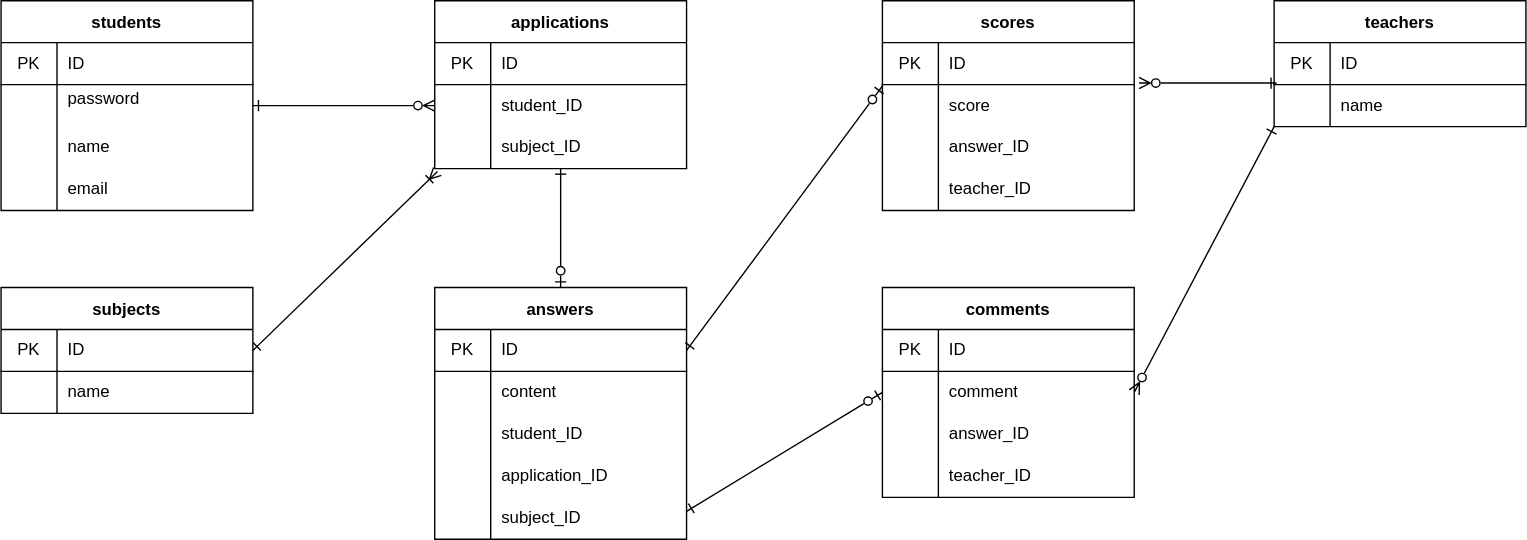
TM-MZ/er-practice keeps this draw.io diagram as 20221016mizutani/er-practice.drawio.svg. Above is the earlier version. Source tidied: cells renumbered, new cells last; positions are measured from the earlier drawing's top-left corner, leaving out a move shared by most shapes.
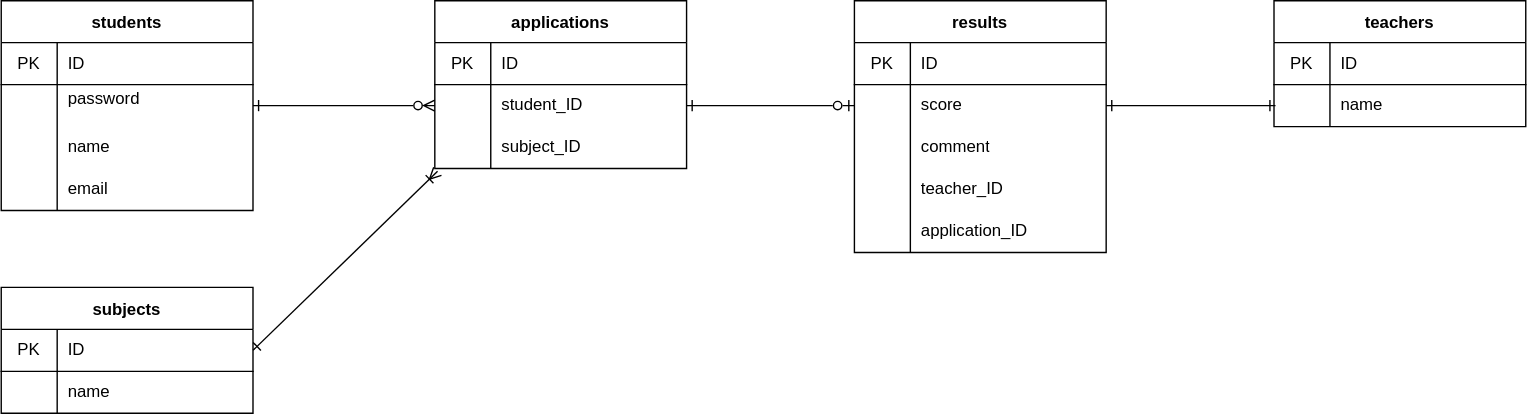
The same diagram one commit later.

Commit message:
answer table fixed

The edit, as a diff of the source:
```diff
@@ -74,14 +74,11 @@
     <mxCell id="25" value="subject_ID" style="shape=partialRectangle;html=1;whiteSpace=wrap;fillColor=none;top=0;left=0;bottom=0;right=0;align=left;spacingLeft=6;overflow=hidden;" parent="23" vertex="1">
       <mxGeometry x="40" width="140" height="30" as="geometry" />
     </mxCell>
-    <mxCell id="26" style="edgeStyle=none;html=1;exitX=1;exitY=0.5;exitDx=0;exitDy=0;entryX=0;entryY=0.033;entryDx=0;entryDy=0;entryPerimeter=0;endArrow=ERzeroToOne;endFill=0;startArrow=ERone;startFill=0;" parent="1" edge="1" source="29" target="48">
-      <mxGeometry relative="1" as="geometry" />
-    </mxCell>
-    <mxCell id="27" style="edgeStyle=none;html=1;endArrow=ERone;endFill=0;startArrow=ERzeroToOne;startFill=0;" parent="1" edge="1" source="28" target="23">
+    <mxCell id="27" style="edgeStyle=none;html=1;endArrow=ERone;endFill=0;startArrow=ERzeroToOne;startFill=0;entryX=1;entryY=0.5;entryDx=0;entryDy=0;exitX=0;exitY=0.5;exitDx=0;exitDy=0;" parent="1" edge="1" source="32" target="20">
       <mxGeometry relative="1" as="geometry" />
     </mxCell>
-    <mxCell id="28" value="answers" style="shape=table;startSize=30;rowLines=0;fontStyle=1;align=center;" parent="1" vertex="1">
-      <mxGeometry x="310" y="205" width="180" height="180" as="geometry" />
+    <mxCell id="28" value="results" style="shape=table;startSize=30;rowLines=0;fontStyle=1;align=center;" parent="1" vertex="1">
+      <mxGeometry x="610" width="180" height="180" as="geometry" />
     </mxCell>
     <mxCell id="29" style="shape=partialRectangle;html=1;whiteSpace=wrap;fillColor=none;top=0;left=0;bottom=1;right=0;points=[[0,0.5],[1,0.5]];portConstraint=eastwest;" parent="28" vertex="1">
       <mxGeometry y="30" width="180" height="30" as="geometry" />
@@ -98,20 +95,29 @@
     <mxCell id="33" style="shape=partialRectangle;html=1;whiteSpace=wrap;fillColor=none;top=0;left=0;bottom=0;right=0;overflow=hidden;" parent="32" vertex="1">
       <mxGeometry width="40" height="30" as="geometry" />
     </mxCell>
-    <mxCell id="34" value="content" style="shape=partialRectangle;html=1;whiteSpace=wrap;fillColor=none;top=0;left=0;bottom=0;right=0;align=left;spacingLeft=6;overflow=hidden;" parent="32" vertex="1">
+    <mxCell id="34" value="score" style="shape=partialRectangle;html=1;whiteSpace=wrap;fillColor=none;top=0;left=0;bottom=0;right=0;align=left;spacingLeft=6;overflow=hidden;" parent="32" vertex="1">
       <mxGeometry x="40" width="140" height="30" as="geometry" />
     </mxCell>
-    <mxCell id="35" style="shape=partialRectangle;html=1;whiteSpace=wrap;fillColor=none;top=0;left=0;bottom=0;right=0;" parent="28" vertex="1">
-      <mxGeometry y="90" width="180" height="30" as="geometry" />
-    </mxCell>
-    <mxCell id="36" style="shape=partialRectangle;html=1;whiteSpace=wrap;fillColor=none;top=0;left=0;bottom=0;right=0;overflow=hidden;" parent="35" vertex="1">
-      <mxGeometry width="40" height="30" as="geometry" />
-    </mxCell>
-    <mxCell id="37" value="student_ID" style="shape=partialRectangle;html=1;whiteSpace=wrap;fillColor=none;top=0;left=0;bottom=0;right=0;align=left;spacingLeft=6;overflow=hidden;" parent="35" vertex="1">
-      <mxGeometry x="40" width="140" height="30" as="geometry" />
-    </mxCell>
+    <mxCell id="41" style="shape=partialRectangle;html=1;whiteSpace=wrap;fillColor=none;top=0;left=0;bottom=0;right=0;" parent="28" vertex="1">
+      <mxGeometry y="90" width="180" height="30" as="geometry" />
+    </mxCell>
+    <mxCell id="42" style="shape=partialRectangle;html=1;whiteSpace=wrap;fillColor=none;top=0;left=0;bottom=0;right=0;overflow=hidden;" parent="41" vertex="1">
+      <mxGeometry width="40" height="30" as="geometry" />
+    </mxCell>
+    <mxCell id="43" value="comment" style="shape=partialRectangle;html=1;whiteSpace=wrap;fillColor=none;top=0;left=0;bottom=0;right=0;align=left;spacingLeft=6;overflow=hidden;" parent="41" vertex="1">
+      <mxGeometry x="40" width="140" height="30" as="geometry" />
+    </mxCell>
+    <mxCell id="88" style="shape=partialRectangle;html=1;whiteSpace=wrap;fillColor=none;top=0;left=0;bottom=0;right=0;" parent="28" vertex="1">
+      <mxGeometry y="120" width="180" height="30" as="geometry" />
+    </mxCell>
+    <mxCell id="89" style="shape=partialRectangle;html=1;whiteSpace=wrap;fillColor=none;top=0;left=0;bottom=0;right=0;overflow=hidden;" parent="88" vertex="1">
+      <mxGeometry width="40" height="30" as="geometry" />
+    </mxCell>
+    <mxCell id="90" value="teacher_ID" style="shape=partialRectangle;html=1;whiteSpace=wrap;fillColor=none;top=0;left=0;bottom=0;right=0;align=left;spacingLeft=6;overflow=hidden;" parent="88" vertex="1">
+      <mxGeometry x="40" width="140" height="30" as="geometry" />
+    </mxCell>
     <mxCell id="38" style="shape=partialRectangle;html=1;whiteSpace=wrap;fillColor=none;top=0;left=0;bottom=0;right=0;" parent="28" vertex="1">
-      <mxGeometry y="120" width="180" height="30" as="geometry" />
+      <mxGeometry y="150" width="180" height="30" as="geometry" />
     </mxCell>
     <mxCell id="39" style="shape=partialRectangle;html=1;whiteSpace=wrap;fillColor=none;top=0;left=0;bottom=0;right=0;overflow=hidden;" parent="38" vertex="1">
       <mxGeometry width="40" height="30" as="geometry" />
@@ -119,98 +125,6 @@
     <mxCell id="40" value="application_ID" style="shape=partialRectangle;html=1;whiteSpace=wrap;fillColor=none;top=0;left=0;bottom=0;right=0;align=left;spacingLeft=6;overflow=hidden;" parent="38" vertex="1">
       <mxGeometry x="40" width="140" height="30" as="geometry" />
     </mxCell>
-    <mxCell id="41" style="shape=partialRectangle;html=1;whiteSpace=wrap;fillColor=none;top=0;left=0;bottom=0;right=0;" parent="28" vertex="1">
-      <mxGeometry y="150" width="180" height="30" as="geometry" />
-    </mxCell>
-    <mxCell id="42" style="shape=partialRectangle;html=1;whiteSpace=wrap;fillColor=none;top=0;left=0;bottom=0;right=0;overflow=hidden;" parent="41" vertex="1">
-      <mxGeometry width="40" height="30" as="geometry" />
-    </mxCell>
-    <mxCell id="43" value="subject_ID" style="shape=partialRectangle;html=1;whiteSpace=wrap;fillColor=none;top=0;left=0;bottom=0;right=0;align=left;spacingLeft=6;overflow=hidden;" parent="41" vertex="1">
-      <mxGeometry x="40" width="140" height="30" as="geometry" />
-    </mxCell>
-    <mxCell id="44" value="scores" style="shape=table;startSize=30;rowLines=0;fontStyle=1;align=center;" parent="1" vertex="1">
-      <mxGeometry x="630" width="180" height="150" as="geometry" />
-    </mxCell>
-    <mxCell id="45" style="shape=partialRectangle;html=1;whiteSpace=wrap;fillColor=none;top=0;left=0;bottom=1;right=0;" parent="44" vertex="1">
-      <mxGeometry y="30" width="180" height="30" as="geometry" />
-    </mxCell>
-    <mxCell id="46" value="PK" style="shape=partialRectangle;html=1;whiteSpace=wrap;fillColor=none;top=0;left=0;bottom=0;right=0;overflow=hidden;" parent="45" vertex="1">
-      <mxGeometry width="40" height="30" as="geometry" />
-    </mxCell>
-    <mxCell id="47" value="ID" style="shape=partialRectangle;html=1;whiteSpace=wrap;fillColor=none;top=0;left=0;bottom=0;right=0;align=left;spacingLeft=6;overflow=hidden;" parent="45" vertex="1">
-      <mxGeometry x="40" width="140" height="30" as="geometry" />
-    </mxCell>
-    <mxCell id="48" style="shape=partialRectangle;html=1;whiteSpace=wrap;fillColor=none;top=0;left=0;bottom=0;right=0;points=[[0,0.5],[1,0.5]];portConstraint=eastwest;" parent="44" vertex="1">
-      <mxGeometry y="60" width="180" height="30" as="geometry" />
-    </mxCell>
-    <mxCell id="49" style="shape=partialRectangle;html=1;whiteSpace=wrap;fillColor=none;top=0;left=0;bottom=0;right=0;overflow=hidden;" parent="48" vertex="1">
-      <mxGeometry width="40" height="30" as="geometry" />
-    </mxCell>
-    <mxCell id="50" value="score" style="shape=partialRectangle;html=1;whiteSpace=wrap;fillColor=none;top=0;left=0;bottom=0;right=0;align=left;spacingLeft=6;overflow=hidden;" parent="48" vertex="1">
-      <mxGeometry x="40" width="140" height="30" as="geometry" />
-    </mxCell>
-    <mxCell id="51" style="shape=partialRectangle;html=1;whiteSpace=wrap;fillColor=none;top=0;left=0;bottom=0;right=0;" parent="44" vertex="1">
-      <mxGeometry y="90" width="180" height="30" as="geometry" />
-    </mxCell>
-    <mxCell id="52" style="shape=partialRectangle;html=1;whiteSpace=wrap;fillColor=none;top=0;left=0;bottom=0;right=0;overflow=hidden;" parent="51" vertex="1">
-      <mxGeometry width="40" height="30" as="geometry" />
-    </mxCell>
-    <mxCell id="53" value="answer_ID" style="shape=partialRectangle;html=1;whiteSpace=wrap;fillColor=none;top=0;left=0;bottom=0;right=0;align=left;spacingLeft=6;overflow=hidden;" parent="51" vertex="1">
-      <mxGeometry x="40" width="140" height="30" as="geometry" />
-    </mxCell>
-    <mxCell id="54" style="shape=partialRectangle;html=1;whiteSpace=wrap;fillColor=none;top=0;left=0;bottom=0;right=0;" parent="44" vertex="1">
-      <mxGeometry y="120" width="180" height="30" as="geometry" />
-    </mxCell>
-    <mxCell id="55" style="shape=partialRectangle;html=1;whiteSpace=wrap;fillColor=none;top=0;left=0;bottom=0;right=0;overflow=hidden;" parent="54" vertex="1">
-      <mxGeometry width="40" height="30" as="geometry" />
-    </mxCell>
-    <mxCell id="56" value="teacher_ID" style="shape=partialRectangle;html=1;whiteSpace=wrap;fillColor=none;top=0;left=0;bottom=0;right=0;align=left;spacingLeft=6;overflow=hidden;" parent="54" vertex="1">
-      <mxGeometry x="40" width="140" height="30" as="geometry" />
-    </mxCell>
-    <mxCell id="57" style="edgeStyle=none;html=1;exitX=0;exitY=0.5;exitDx=0;exitDy=0;entryX=1;entryY=0.5;entryDx=0;entryDy=0;endArrow=ERone;endFill=0;startArrow=ERzeroToOne;startFill=0;" parent="1" edge="1" source="62">
-      <mxGeometry relative="1" as="geometry">
-        <mxPoint x="490" y="365" as="targetPoint" />
-      </mxGeometry>
-    </mxCell>
-    <mxCell id="58" value="comments" style="shape=table;startSize=30;rowLines=0;fontStyle=1;align=center;" parent="1" vertex="1">
-      <mxGeometry x="630" y="205" width="180" height="150" as="geometry" />
-    </mxCell>
-    <mxCell id="59" style="shape=partialRectangle;html=1;whiteSpace=wrap;fillColor=none;top=0;left=0;bottom=1;right=0;" parent="58" vertex="1">
-      <mxGeometry y="30" width="180" height="30" as="geometry" />
-    </mxCell>
-    <mxCell id="60" value="PK" style="shape=partialRectangle;html=1;whiteSpace=wrap;fillColor=none;top=0;left=0;bottom=0;right=0;overflow=hidden;" parent="59" vertex="1">
-      <mxGeometry width="40" height="30" as="geometry" />
-    </mxCell>
-    <mxCell id="61" value="ID" style="shape=partialRectangle;html=1;whiteSpace=wrap;fillColor=none;top=0;left=0;bottom=0;right=0;align=left;spacingLeft=6;overflow=hidden;" parent="59" vertex="1">
-      <mxGeometry x="40" width="140" height="30" as="geometry" />
-    </mxCell>
-    <mxCell id="62" style="shape=partialRectangle;html=1;whiteSpace=wrap;fillColor=none;top=0;left=0;bottom=0;right=0;points=[[0,0.5],[1,0.5]];portConstraint=eastwest;" parent="58" vertex="1">
-      <mxGeometry y="60" width="180" height="30" as="geometry" />
-    </mxCell>
-    <mxCell id="63" style="shape=partialRectangle;html=1;whiteSpace=wrap;fillColor=none;top=0;left=0;bottom=0;right=0;overflow=hidden;" parent="62" vertex="1">
-      <mxGeometry width="40" height="30" as="geometry" />
-    </mxCell>
-    <mxCell id="64" value="comment" style="shape=partialRectangle;html=1;whiteSpace=wrap;fillColor=none;top=0;left=0;bottom=0;right=0;align=left;spacingLeft=6;overflow=hidden;" parent="62" vertex="1">
-      <mxGeometry x="40" width="140" height="30" as="geometry" />
-    </mxCell>
-    <mxCell id="65" style="shape=partialRectangle;html=1;whiteSpace=wrap;fillColor=none;top=0;left=0;bottom=0;right=0;" parent="58" vertex="1">
-      <mxGeometry y="90" width="180" height="30" as="geometry" />
-    </mxCell>
-    <mxCell id="66" style="shape=partialRectangle;html=1;whiteSpace=wrap;fillColor=none;top=0;left=0;bottom=0;right=0;overflow=hidden;" parent="65" vertex="1">
-      <mxGeometry width="40" height="30" as="geometry" />
-    </mxCell>
-    <mxCell id="67" value="answer_ID" style="shape=partialRectangle;html=1;whiteSpace=wrap;fillColor=none;top=0;left=0;bottom=0;right=0;align=left;spacingLeft=6;overflow=hidden;" parent="65" vertex="1">
-      <mxGeometry x="40" width="140" height="30" as="geometry" />
-    </mxCell>
-    <mxCell id="68" style="shape=partialRectangle;html=1;whiteSpace=wrap;fillColor=none;top=0;left=0;bottom=0;right=0;" parent="58" vertex="1">
-      <mxGeometry y="120" width="180" height="30" as="geometry" />
-    </mxCell>
-    <mxCell id="69" style="shape=partialRectangle;html=1;whiteSpace=wrap;fillColor=none;top=0;left=0;bottom=0;right=0;overflow=hidden;" parent="68" vertex="1">
-      <mxGeometry width="40" height="30" as="geometry" />
-    </mxCell>
-    <mxCell id="70" value="teacher_ID" style="shape=partialRectangle;html=1;whiteSpace=wrap;fillColor=none;top=0;left=0;bottom=0;right=0;align=left;spacingLeft=6;overflow=hidden;" parent="68" vertex="1">
-      <mxGeometry x="40" width="140" height="30" as="geometry" />
-    </mxCell>
     <mxCell id="71" value="teachers" style="shape=table;startSize=30;rowLines=0;fontStyle=1;align=center;" parent="1" vertex="1">
       <mxGeometry x="910" width="180" height="90" as="geometry" />
     </mxCell>
@@ -235,12 +149,6 @@
     <mxCell id="78" style="edgeStyle=none;html=1;startArrow=ERone;startFill=0;endArrow=ERzeroToMany;endFill=0;" parent="1" edge="1" source="6" target="20">
       <mxGeometry relative="1" as="geometry" />
     </mxCell>
-    <mxCell id="79" style="edgeStyle=none;html=1;entryX=0.01;entryY=-0.038;entryDx=0;entryDy=0;exitX=1.019;exitY=-0.038;exitDx=0;exitDy=0;exitPerimeter=0;entryPerimeter=0;endArrow=ERone;endFill=0;startArrow=ERzeroToMany;startFill=0;" parent="1" edge="1" source="48" target="75">
-      <mxGeometry relative="1" as="geometry" />
-    </mxCell>
-    <mxCell id="80" style="edgeStyle=none;html=1;entryX=0;entryY=1;entryDx=0;entryDy=0;exitX=1;exitY=0.5;exitDx=0;exitDy=0;endArrow=ERone;endFill=0;startArrow=ERzeroToMany;startFill=0;" parent="1" edge="1" source="62" target="71">
-      <mxGeometry relative="1" as="geometry" />
-    </mxCell>
     <mxCell id="81" value="subjects" style="shape=table;startSize=30;rowLines=0;fontStyle=1;align=center;" parent="1" vertex="1">
       <mxGeometry y="205" width="180" height="90" as="geometry" />
     </mxCell>
@@ -262,5 +170,8 @@
     <mxCell id="87" value="name" style="shape=partialRectangle;html=1;whiteSpace=wrap;fillColor=none;top=0;left=0;bottom=0;right=0;align=left;spacingLeft=6;overflow=hidden;" parent="85" vertex="1">
       <mxGeometry x="40" width="140" height="30" as="geometry" />
     </mxCell>
+    <mxCell id="91" style="edgeStyle=none;html=1;entryX=0.006;entryY=0.5;entryDx=0;entryDy=0;entryPerimeter=0;exitX=1;exitY=0.5;exitDx=0;exitDy=0;endArrow=ERone;endFill=0;startArrow=ERone;startFill=0;" parent="1" edge="1" source="32" target="75">
+      <mxGeometry relative="1" as="geometry" />
+    </mxCell>
   </root>
 </mxGraphModel>
```
